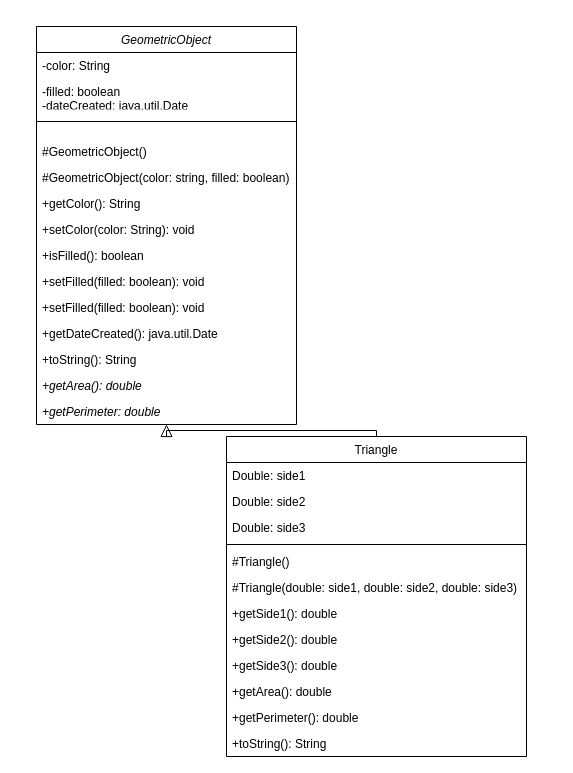
Before: Chapter_13/ExtendingClassesSkill.drawio in ProfCorn/CSCI_1113_OOP_Coursework, a draw.io diagram. Source tidied: cells renumbered, new cells numbered last; positions are measured from the earlier drawing's top-left corner, leaving out a move shared by most shapes. Both pictures are drawn from the tidied source at 100%, with x=0, y=0 at pixel (36, 26).
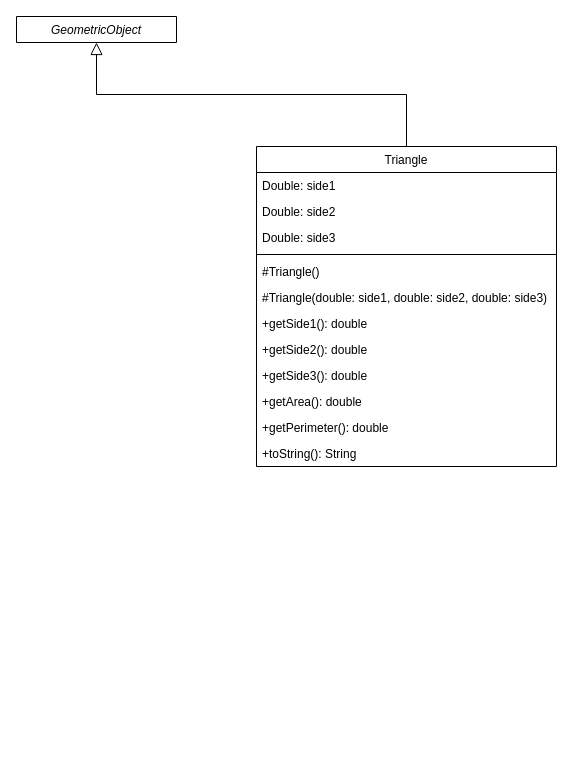
The same page after the edit.

Diff of the diagram source:
```diff
@@
-    <mxCell id="2" value="GeometricObject" style="swimlane;fontStyle=2;align=center;verticalAlign=top;horizontal=1;startSize=26;rounded=0;shadow=0;strokeWidth=1;" parent="1" vertex="1">
-      <mxGeometry width="260" height="398" as="geometry" />
+    <mxCell id="2" value="GeometricObject" style="swimlane;fontStyle=2;align=center;verticalAlign=top;horizontal=1;startSize=26;rounded=0;shadow=0;strokeWidth=1;" parent="1" vertex="1" collapsed="1">
+      <mxGeometry x="-20" y="-10" width="160" height="26" as="geometry" />
     </mxCell>
-    <mxCell id="3" value="-color: String" style="text;align=left;verticalAlign=top;spacingLeft=4;spacingRight=4;overflow=hidden;" parent="2" vertex="1">
-      <mxGeometry y="26" width="260" height="26" as="geometry" />
-    </mxCell>
-    <mxCell id="4" value="-filled: boolean&#10;-dateCreated: java.util.Date" style="text;align=left;verticalAlign=top;spacingLeft=4;spacingRight=4;overflow=hidden;" parent="2" vertex="1">
-      <mxGeometry y="52" width="260" height="26" as="geometry" />
-    </mxCell>
-    <mxCell id="5" style="line;html=1;strokeWidth=1;align=left;verticalAlign=middle;spacingTop=-1;spacingLeft=3;spacingRight=3;labelPosition=right;" parent="2" vertex="1">
-      <mxGeometry y="78" width="260" height="34" as="geometry" />
-    </mxCell>
-    <mxCell id="6" value="#GeometricObject()" style="text;align=left;verticalAlign=top;spacingLeft=4;spacingRight=4;overflow=hidden;fontStyle=0;" parent="2" vertex="1">
-      <mxGeometry y="112" width="260" height="26" as="geometry" />
-    </mxCell>
-    <mxCell id="7" value="#GeometricObject(color: string, filled: boolean)" style="text;align=left;verticalAlign=top;spacingLeft=4;spacingRight=4;overflow=hidden;fontStyle=0;" parent="2" vertex="1">
-      <mxGeometry y="138" width="260" height="26" as="geometry" />
-    </mxCell>
-    <mxCell id="8" value="+getColor(): String" style="text;align=left;verticalAlign=top;spacingLeft=4;spacingRight=4;overflow=hidden;fontStyle=0;" parent="2" vertex="1">
-      <mxGeometry y="164" width="260" height="26" as="geometry" />
-    </mxCell>
-    <mxCell id="9" value="+setColor(color: String): void" style="text;align=left;verticalAlign=top;spacingLeft=4;spacingRight=4;overflow=hidden;fontStyle=0;" parent="2" vertex="1">
-      <mxGeometry y="190" width="260" height="26" as="geometry" />
-    </mxCell>
-    <mxCell id="10" value="+isFilled(): boolean" style="text;align=left;verticalAlign=top;spacingLeft=4;spacingRight=4;overflow=hidden;fontStyle=0;" parent="2" vertex="1">
-      <mxGeometry y="216" width="260" height="26" as="geometry" />
-    </mxCell>
-    <mxCell id="11" value="+setFilled(filled: boolean): void" style="text;align=left;verticalAlign=top;spacingLeft=4;spacingRight=4;overflow=hidden;fontStyle=0;" parent="2" vertex="1">
-      <mxGeometry y="242" width="260" height="26" as="geometry" />
-    </mxCell>
-    <mxCell id="12" value="+setFilled(filled: boolean): void" style="text;align=left;verticalAlign=top;spacingLeft=4;spacingRight=4;overflow=hidden;fontStyle=0;" parent="2" vertex="1">
-      <mxGeometry y="268" width="260" height="26" as="geometry" />
-    </mxCell>
-    <mxCell id="13" value="+getDateCreated(): java.util.Date" style="text;align=left;verticalAlign=top;spacingLeft=4;spacingRight=4;overflow=hidden;fontStyle=0;" parent="2" vertex="1">
-      <mxGeometry y="294" width="260" height="26" as="geometry" />
-    </mxCell>
-    <mxCell id="14" value="+toString(): String" style="text;align=left;verticalAlign=top;spacingLeft=4;spacingRight=4;overflow=hidden;fontStyle=0;" parent="2" vertex="1">
-      <mxGeometry y="320" width="260" height="26" as="geometry" />
-    </mxCell>
-    <mxCell id="15" value="+getArea(): double" style="text;align=left;verticalAlign=top;spacingLeft=4;spacingRight=4;overflow=hidden;fontStyle=2;" parent="2" vertex="1">
-      <mxGeometry y="346" width="260" height="26" as="geometry" />
-    </mxCell>
-    <mxCell id="16" value="+getPerimeter: double" style="text;align=left;verticalAlign=top;spacingLeft=4;spacingRight=4;overflow=hidden;fontStyle=2;" parent="2" vertex="1">
-      <mxGeometry y="372" width="260" height="26" as="geometry" />
-    </mxCell>
     <mxCell id="17" value="Triangle" style="swimlane;fontStyle=0;align=center;verticalAlign=top;horizontal=1;startSize=26;rounded=0;shadow=0;strokeWidth=1;" parent="1" vertex="1">
-      <mxGeometry x="190" y="410" width="300" height="320" as="geometry" />
+      <mxGeometry x="220" y="120" width="300" height="320" as="geometry" />
     </mxCell>
```
